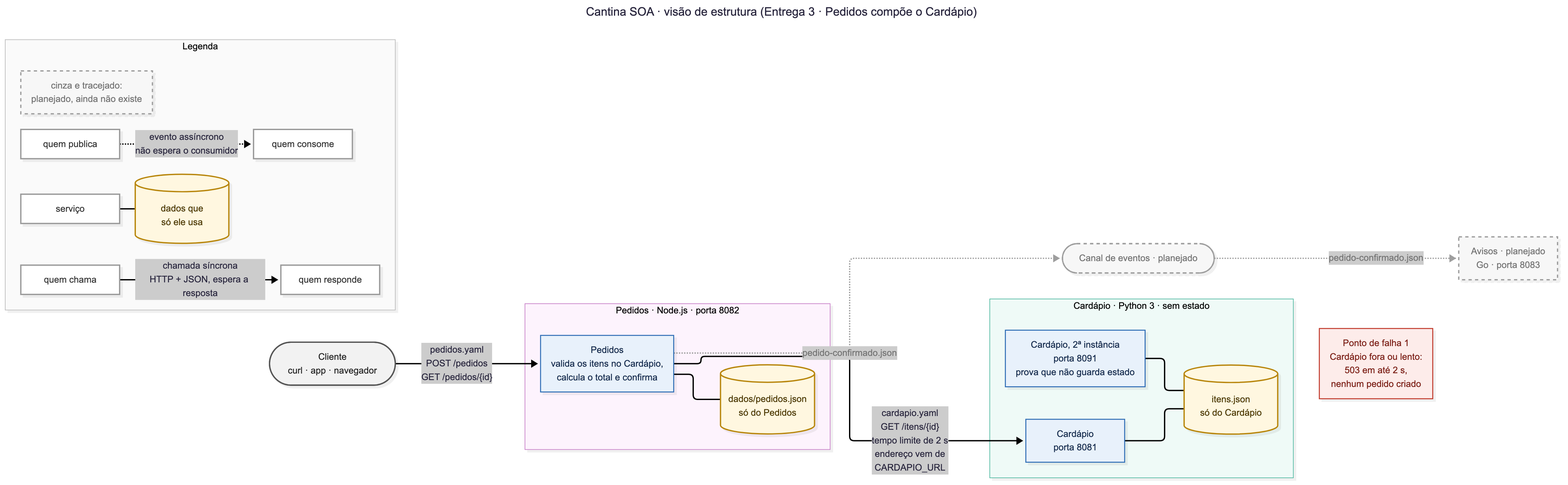
Before: arquitetura/estrutura.png, a diagram exported from Mermaid (jota0802/cantina-soa). Its source is kept beside it as arquitetura/estrutura.mmd.
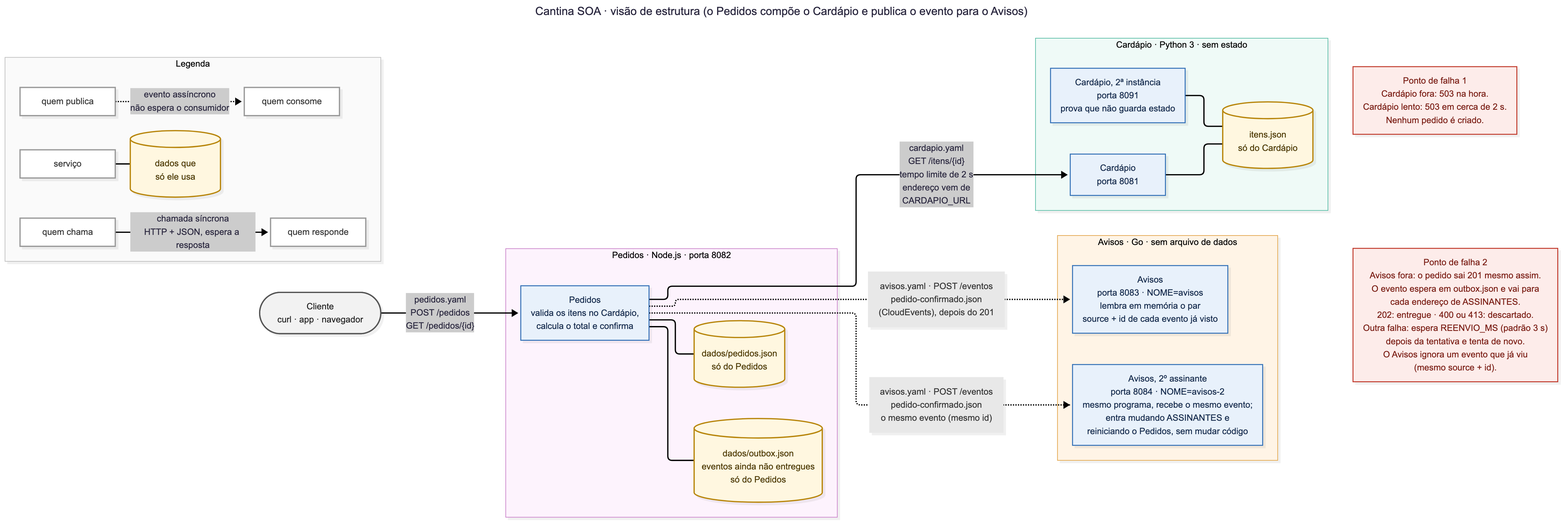
The same diagram one commit later.

Commit message:
arquitetura: canal de eventos da Trilha A, Avisos e o segundo consumidor

What changed in the source:
```diff
@@ -1,9 +1,11 @@
 ---
-title: Cantina SOA · visão de estrutura (Entrega 3 · Pedidos compõe o Cardápio)
+title: Cantina SOA · visão de estrutura (o Pedidos compõe o Cardápio e publica o evento para o Avisos)
 config:
   fontFamily: "Arial, Helvetica, sans-serif"
   flowchart:
     wrappingWidth: 320
+    nodeSpacing: 70
+    rankSpacing: 90
 ---
 flowchart LR
   cliente(["Cliente<br/>curl · app · navegador"])
@@ -12,7 +14,9 @@
     direction TB
     pedidos["Pedidos<br/>valida os itens no Cardápio,<br/>calcula o total e confirma"]
     pedJson[("dados/pedidos.json<br/>só do Pedidos")]
+    outbox[("dados/outbox.json<br/>eventos ainda não entregues<br/>só do Pedidos")]
     pedidos --- pedJson
+    pedidos --- outbox
   end
 
   subgraph CAR["Cardápio · Python 3 · sem estado"]
@@ -24,40 +28,46 @@
     car2 --- itens
   end
 
-  canal(["Canal de eventos · planejado"])
-  av["Avisos · planejado<br/>Go · porta 8083"]
+  subgraph AVI["Avisos · Go · sem arquivo de dados"]
+    direction TB
+    av1["Avisos<br/>porta 8083 · NOME=avisos<br/>lembra em memória o par<br/>source + id de cada evento já visto"]
+    av2["Avisos, 2º assinante<br/>porta 8084 · NOME=avisos-2<br/>mesmo programa, recebe o mesmo evento;<br/>entra mudando ASSINANTES e<br/>reiniciando o Pedidos, sem mudar código"]
+  end
 
   cliente -->|"pedidos.yaml<br/>POST /pedidos<br/>GET /pedidos/{id}"| pedidos
-  pedidos -.->|"pedido-confirmado.json"| canal
-  canal -.->|"pedido-confirmado.json"| av
   pedidos -->|"cardapio.yaml<br/>GET /itens/{id}<br/>tempo limite de 2 s<br/>endereço vem de<br/>CARDAPIO_URL"| car1
+  rot1["avisos.yaml · POST /eventos<br/>pedido-confirmado.json<br/>(CloudEvents), depois do 201"]
+  rot2["avisos.yaml · POST /eventos<br/>pedido-confirmado.json<br/>o mesmo evento (mesmo id)"]
+  pedidos -.- rot1 -.-> av1
+  pedidos -.- rot2 -.-> av2
 
-  f1["Ponto de falha 1<br/>Cardápio fora ou lento:<br/>503 em até 2 s,<br/>nenhum pedido criado"]
+  f1["Ponto de falha 1<br/>Cardápio fora: 503 na hora.<br/>Cardápio lento: 503 em cerca de 2 s.<br/>Nenhum pedido é criado."]
+  f2["Ponto de falha 2<br/>Avisos fora: o pedido sai 201 mesmo assim.<br/>O evento espera em outbox.json e vai para<br/>cada endereço de ASSINANTES.<br/>202: entregue · 400 ou 413: descartado.<br/>Outra falha: espera REENVIO_MS (padrão 3 s)<br/>depois da tentativa e tenta de novo.<br/>O Avisos ignora um evento que já viu<br/>(mesmo source + id)."]
   CAR ~~~ f1
+  AVI ~~~ f2
 
   subgraph LEG["Legenda"]
     direction LR
     la["quem chama"] -->|"chamada síncrona<br/>HTTP + JSON, espera a resposta"| lb["quem responde"]
     lc["quem publica"] -.->|"evento assíncrono<br/>não espera o consumidor"| ld["quem consome"]
     le["serviço"] --- lf[("dados que<br/>só ele usa")]
-    lp["cinza e tracejado:<br/>planejado, ainda não existe"]
   end
 
   classDef servico fill:#e8f1fb,stroke:#2f6db5,stroke-width:1.5px,color:#13294b
   classDef dados fill:#fff7e0,stroke:#b8860b,color:#4a3700
   classDef externo fill:#f2f2f2,stroke:#555,color:#222
-  classDef planejado fill:#f7f7f7,stroke:#9e9e9e,stroke-dasharray:5 5,color:#757575
   classDef falha fill:#fdecea,stroke:#c0392b,stroke-width:1.5px,color:#7a1d14
   classDef legenda fill:#ffffff,stroke:#999,color:#333
+  classDef rotulo fill:#e8e8e8,stroke:#e8e8e8,color:#333
 
-  class pedidos,car1,car2 servico
-  class pedJson,itens,lf dados
+  class pedidos,car1,car2,av1,av2 servico
+  class pedJson,outbox,itens,lf dados
   class cliente externo
-  class canal,av,lp planejado
-  class f1 falha
+  class f1,f2 falha
   class la,lb,lc,ld,le legenda
+  class rot1,rot2 rotulo
 
-  linkStyle 4,5 stroke:#9e9e9e,color:#757575
   style PED fill:#fdf3fd,stroke:#c77dc7
   style CAR fill:#effaf7,stroke:#4fb8a0
+  style AVI fill:#fff4e6,stroke:#e0a040
   style LEG fill:#fafafa,stroke:#bbb
```
